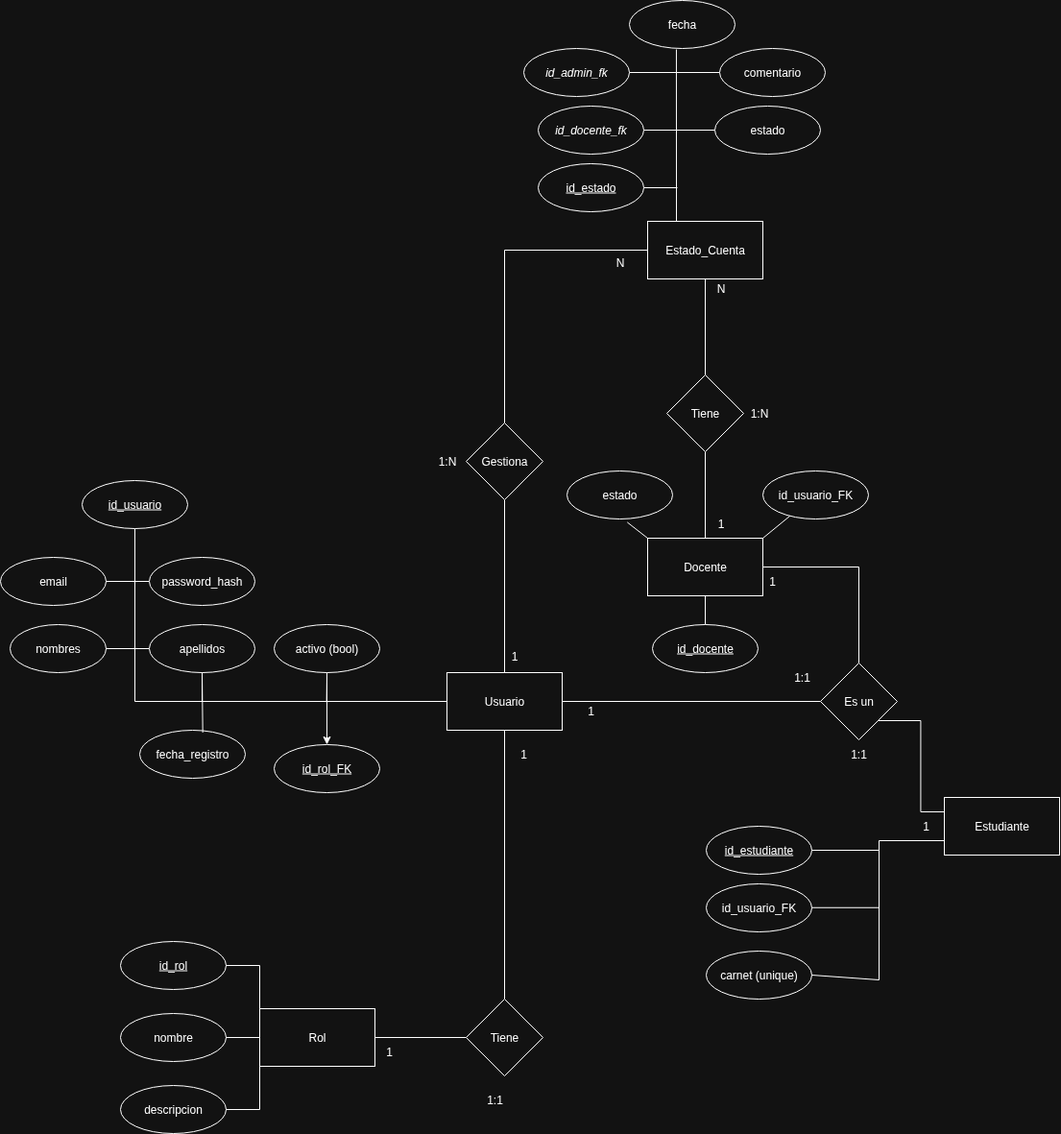
piti-codenbugs/sgea-db keeps this draw.io diagram as diagramas/conceptual/exports/v2_s1_modelo_conceptual.drawio.png. Above is the earlier version. Source tidied: cells renumbered, new cells last; positions are measured from the earlier drawing's top-left corner, leaving out a move shared by most shapes. Its diagram source:
```xml
<mxGraphModel>
  <root>
    <mxCell id="0" />
    <mxCell id="1" parent="0" />
    <mxCell id="2" style="edgeStyle=orthogonalEdgeStyle;rounded=0;jettySize=auto;html=1;exitX=0;exitY=0.75;exitDx=0;exitDy=0;endArrow=none;endFill=0;" parent="1" edge="1" source="3">
      <mxGeometry relative="1" as="geometry">
        <mxPoint x="915" y="1020" as="targetPoint" />
        <Array as="points">
          <mxPoint x="915" y="875" />
        </Array>
      </mxGeometry>
    </mxCell>
    <mxCell id="3" value="Estudiante" style="rounded=0;whiteSpace=wrap;html=1;" parent="1" vertex="1">
      <mxGeometry x="983" y="830" width="120" height="60" as="geometry" />
    </mxCell>
    <mxCell id="4" style="rounded=0;jettySize=auto;html=1;exitX=0.5;exitY=1;exitDx=0;exitDy=0;entryX=0.5;entryY=0;entryDx=0;entryDy=0;endArrow=none;endFill=0;" parent="1" edge="1" source="6" target="30">
      <mxGeometry relative="1" as="geometry" />
    </mxCell>
    <mxCell id="5" style="edgeStyle=orthogonalEdgeStyle;rounded=0;jettySize=auto;html=1;exitX=0.5;exitY=0;exitDx=0;exitDy=0;entryX=0.5;entryY=1;entryDx=0;entryDy=0;endArrow=none;endFill=0;" parent="1" edge="1" source="6" target="56">
      <mxGeometry relative="1" as="geometry" />
    </mxCell>
    <mxCell id="6" value="Docente" style="rounded=0;whiteSpace=wrap;html=1;" parent="1" vertex="1">
      <mxGeometry x="674" y="560" width="120" height="60" as="geometry" />
    </mxCell>
    <mxCell id="7" style="edgeStyle=orthogonalEdgeStyle;rounded=0;jettySize=auto;html=1;exitX=1;exitY=0.5;exitDx=0;exitDy=0;entryX=0;entryY=0.5;entryDx=0;entryDy=0;endArrow=none;endFill=0;" parent="1" edge="1" source="11" target="14">
      <mxGeometry relative="1" as="geometry" />
    </mxCell>
    <mxCell id="8" style="rounded=0;jettySize=auto;html=1;exitX=0;exitY=0.5;exitDx=0;exitDy=0;endArrow=none;endFill=0;edgeStyle=orthogonalEdgeStyle;" parent="1" edge="1" source="11" target="19">
      <mxGeometry relative="1" as="geometry" />
    </mxCell>
    <mxCell id="9" style="edgeStyle=orthogonalEdgeStyle;rounded=0;jettySize=auto;html=1;exitX=0.5;exitY=1;exitDx=0;exitDy=0;entryX=0.5;entryY=0;entryDx=0;entryDy=0;endArrow=none;endFill=0;" parent="1" edge="1" source="11" target="39">
      <mxGeometry relative="1" as="geometry" />
    </mxCell>
    <mxCell id="10" style="edgeStyle=none;rounded=0;jettySize=auto;html=1;exitX=0.5;exitY=0;exitDx=0;exitDy=0;entryX=0.5;entryY=1;entryDx=0;entryDy=0;endArrow=none;endFill=0;" parent="1" edge="1" source="11" target="66">
      <mxGeometry relative="1" as="geometry" />
    </mxCell>
    <mxCell id="11" value="Usuario" style="rounded=0;whiteSpace=wrap;html=1;" parent="1" vertex="1">
      <mxGeometry x="465" y="700" width="120" height="60" as="geometry" />
    </mxCell>
    <mxCell id="12" style="edgeStyle=orthogonalEdgeStyle;rounded=0;jettySize=auto;html=1;exitX=1;exitY=1;exitDx=0;exitDy=0;entryX=0;entryY=0.25;entryDx=0;entryDy=0;endArrow=none;endFill=0;" parent="1" edge="1" source="14" target="3">
      <mxGeometry relative="1" as="geometry" />
    </mxCell>
    <mxCell id="13" style="edgeStyle=orthogonalEdgeStyle;rounded=0;jettySize=auto;html=1;exitX=0.5;exitY=0;exitDx=0;exitDy=0;entryX=1;entryY=0.5;entryDx=0;entryDy=0;endArrow=none;endFill=0;" parent="1" edge="1" source="14" target="6">
      <mxGeometry relative="1" as="geometry" />
    </mxCell>
    <mxCell id="14" value="Es un" style="rhombus;whiteSpace=wrap;html=1;" parent="1" vertex="1">
      <mxGeometry x="854" y="690" width="80" height="80" as="geometry" />
    </mxCell>
    <mxCell id="15" value="nombres" style="ellipse;whiteSpace=wrap;html=1;" parent="1" vertex="1">
      <mxGeometry x="10" y="650" width="100" height="50" as="geometry" />
    </mxCell>
    <mxCell id="16" style="edgeStyle=orthogonalEdgeStyle;rounded=0;jettySize=auto;html=1;endArrow=none;endFill=0;" parent="1" edge="1" source="18" target="15">
      <mxGeometry relative="1" as="geometry" />
    </mxCell>
    <mxCell id="17" style="edgeStyle=orthogonalEdgeStyle;rounded=0;jettySize=auto;html=1;exitX=0.5;exitY=1;exitDx=0;exitDy=0;endArrow=none;endFill=0;" parent="1" edge="1" source="18">
      <mxGeometry relative="1" as="geometry">
        <mxPoint x="145" y="730" as="targetPoint" />
        <Array as="points">
          <mxPoint x="210" y="730" />
        </Array>
      </mxGeometry>
    </mxCell>
    <mxCell id="18" value="apellidos" style="ellipse;whiteSpace=wrap;html=1;" parent="1" vertex="1">
      <mxGeometry x="155" y="650" width="110" height="50" as="geometry" />
    </mxCell>
    <mxCell id="19" value="&lt;u&gt;id_usuario&lt;/u&gt;" style="ellipse;whiteSpace=wrap;html=1;" parent="1" vertex="1">
      <mxGeometry x="85" y="500" width="110" height="50" as="geometry" />
    </mxCell>
    <mxCell id="20" value="email" style="ellipse;whiteSpace=wrap;html=1;" parent="1" vertex="1">
      <mxGeometry y="580" width="110" height="50" as="geometry" />
    </mxCell>
    <mxCell id="21" style="edgeStyle=orthogonalEdgeStyle;rounded=0;jettySize=auto;html=1;exitX=0;exitY=0.5;exitDx=0;exitDy=0;endArrow=none;endFill=0;" parent="1" edge="1" source="22" target="20">
      <mxGeometry relative="1" as="geometry" />
    </mxCell>
    <mxCell id="22" value="password_hash" style="ellipse;whiteSpace=wrap;html=1;" parent="1" vertex="1">
      <mxGeometry x="155" y="580" width="110" height="50" as="geometry" />
    </mxCell>
    <mxCell id="23" value="fecha_registro" style="ellipse;whiteSpace=wrap;html=1;" parent="1" vertex="1">
      <mxGeometry x="145" y="760" width="110" height="50" as="geometry" />
    </mxCell>
    <mxCell id="24" value="&lt;u&gt;id_estudiante&lt;/u&gt;" style="ellipse;whiteSpace=wrap;html=1;" parent="1" vertex="1">
      <mxGeometry x="735" y="860" width="110" height="50" as="geometry" />
    </mxCell>
    <mxCell id="25" value="carnet (unique)" style="ellipse;whiteSpace=wrap;html=1;" parent="1" vertex="1">
      <mxGeometry x="735" y="990" width="110" height="50" as="geometry" />
    </mxCell>
    <mxCell id="26" value="id_usuario_FK" style="ellipse;whiteSpace=wrap;html=1;" parent="1" vertex="1">
      <mxGeometry x="735" y="920" width="110" height="50" as="geometry" />
    </mxCell>
    <mxCell id="27" style="endArrow=none;html=1;rounded=0;exitX=1;exitY=0.5;exitDx=0;exitDy=0;endFill=0;" parent="1" edge="1" source="24">
      <mxGeometry relative="1" as="geometry">
        <mxPoint x="915" y="885" as="targetPoint" />
      </mxGeometry>
    </mxCell>
    <mxCell id="28" style="endArrow=none;html=1;rounded=0;exitX=1;exitY=0.5;exitDx=0;exitDy=0;endFill=0;" parent="1" edge="1">
      <mxGeometry relative="1" as="geometry">
        <mxPoint x="845" y="944.8" as="sourcePoint" />
        <mxPoint x="915" y="944.8" as="targetPoint" />
      </mxGeometry>
    </mxCell>
    <mxCell id="29" style="endArrow=none;html=1;rounded=0;exitX=1;exitY=0.5;exitDx=0;exitDy=0;endFill=0;" parent="1" edge="1" source="25">
      <mxGeometry relative="1" as="geometry">
        <mxPoint x="915" y="1020" as="targetPoint" />
      </mxGeometry>
    </mxCell>
    <mxCell id="30" value="&lt;u&gt;id_docente&lt;/u&gt;" style="ellipse;whiteSpace=wrap;html=1;" parent="1" vertex="1">
      <mxGeometry x="679" y="650" width="110" height="50" as="geometry" />
    </mxCell>
    <mxCell id="31" value="id_usuario_FK" style="ellipse;whiteSpace=wrap;html=1;" parent="1" vertex="1">
      <mxGeometry x="794" y="490" width="110" height="50" as="geometry" />
    </mxCell>
    <mxCell id="32" style="rounded=0;jettySize=auto;html=1;endArrow=none;endFill=0;entryX=1;entryY=0;entryDx=0;entryDy=0;" parent="1" edge="1" source="31" target="6">
      <mxGeometry relative="1" as="geometry" />
    </mxCell>
    <mxCell id="33" value="Rol" style="rounded=0;whiteSpace=wrap;html=1;" parent="1" vertex="1">
      <mxGeometry x="270" y="1050" width="120" height="60" as="geometry" />
    </mxCell>
    <mxCell id="34" value="&lt;u&gt;id_rol&lt;/u&gt;" style="ellipse;whiteSpace=wrap;html=1;" parent="1" vertex="1">
      <mxGeometry x="125" y="980" width="110" height="50" as="geometry" />
    </mxCell>
    <mxCell id="35" value="nombre" style="ellipse;whiteSpace=wrap;html=1;" parent="1" vertex="1">
      <mxGeometry x="125" y="1055" width="110" height="50" as="geometry" />
    </mxCell>
    <mxCell id="36" value="descripcion" style="ellipse;whiteSpace=wrap;html=1;" parent="1" vertex="1">
      <mxGeometry x="125" y="1130" width="110" height="50" as="geometry" />
    </mxCell>
    <mxCell id="37" style="edgeStyle=orthogonalEdgeStyle;rounded=0;jettySize=auto;html=1;exitX=0;exitY=1;exitDx=0;exitDy=0;entryX=1;entryY=0.5;entryDx=0;entryDy=0;endArrow=none;endFill=0;" parent="1" edge="1" source="33" target="36">
      <mxGeometry relative="1" as="geometry" />
    </mxCell>
    <mxCell id="38" style="edgeStyle=orthogonalEdgeStyle;rounded=0;jettySize=auto;html=1;endArrow=none;endFill=0;" parent="1" edge="1" source="33" target="35">
      <mxGeometry relative="1" as="geometry" />
    </mxCell>
    <mxCell id="39" value="Tiene" style="rhombus;whiteSpace=wrap;html=1;" parent="1" vertex="1">
      <mxGeometry x="485" y="1040" width="80" height="80" as="geometry" />
    </mxCell>
    <mxCell id="40" style="edgeStyle=orthogonalEdgeStyle;rounded=0;jettySize=auto;html=1;exitX=0;exitY=0;exitDx=0;exitDy=0;entryX=1;entryY=0.5;entryDx=0;entryDy=0;endArrow=none;endFill=0;" parent="1" edge="1" source="33" target="34">
      <mxGeometry relative="1" as="geometry" />
    </mxCell>
    <mxCell id="41" style="edgeStyle=orthogonalEdgeStyle;rounded=0;jettySize=auto;html=1;exitX=0;exitY=0.5;exitDx=0;exitDy=0;entryX=1;entryY=0.5;entryDx=0;entryDy=0;endArrow=none;endFill=0;" parent="1" edge="1" source="39" target="33">
      <mxGeometry relative="1" as="geometry" />
    </mxCell>
    <mxCell id="42" value="1" style="text;html=1;whiteSpace=wrap;strokeColor=none;fillColor=none;align=center;verticalAlign=middle;rounded=0;" parent="1" vertex="1">
      <mxGeometry x="375" y="1080" width="60" height="30" as="geometry" />
    </mxCell>
    <mxCell id="43" value="1:1" style="text;html=1;whiteSpace=wrap;strokeColor=none;fillColor=none;align=center;verticalAlign=middle;rounded=0;" parent="1" vertex="1">
      <mxGeometry x="485" y="1130" width="60" height="30" as="geometry" />
    </mxCell>
    <mxCell id="44" value="1" style="text;html=1;whiteSpace=wrap;strokeColor=none;fillColor=none;align=center;verticalAlign=middle;rounded=0;" parent="1" vertex="1">
      <mxGeometry x="515" y="770" width="60" height="30" as="geometry" />
    </mxCell>
    <mxCell id="45" value="1" style="text;html=1;whiteSpace=wrap;strokeColor=none;fillColor=none;align=center;verticalAlign=middle;rounded=0;" parent="1" vertex="1">
      <mxGeometry x="585" y="725" width="60" height="30" as="geometry" />
    </mxCell>
    <mxCell id="46" value="1" style="text;html=1;whiteSpace=wrap;strokeColor=none;fillColor=none;align=center;verticalAlign=middle;rounded=0;" parent="1" vertex="1">
      <mxGeometry x="774" y="590" width="60" height="30" as="geometry" />
    </mxCell>
    <mxCell id="47" value="1" style="text;html=1;whiteSpace=wrap;strokeColor=none;fillColor=none;align=center;verticalAlign=middle;rounded=0;" parent="1" vertex="1">
      <mxGeometry x="934" y="845" width="60" height="30" as="geometry" />
    </mxCell>
    <mxCell id="48" value="1:1" style="text;html=1;whiteSpace=wrap;strokeColor=none;fillColor=none;align=center;verticalAlign=middle;rounded=0;" parent="1" vertex="1">
      <mxGeometry x="864" y="770" width="60" height="30" as="geometry" />
    </mxCell>
    <mxCell id="49" value="1:1" style="text;html=1;whiteSpace=wrap;strokeColor=none;fillColor=none;align=center;verticalAlign=middle;rounded=0;" parent="1" vertex="1">
      <mxGeometry x="805" y="690" width="60" height="30" as="geometry" />
    </mxCell>
    <mxCell id="50" style="edgeStyle=orthogonalEdgeStyle;rounded=0;jettySize=auto;html=1;exitX=0.5;exitY=1;exitDx=0;exitDy=0;endArrow=none;endFill=0;" parent="1" edge="1" source="52">
      <mxGeometry relative="1" as="geometry">
        <mxPoint x="339.7" y="730" as="targetPoint" />
      </mxGeometry>
    </mxCell>
    <mxCell id="51" style="edgeStyle=orthogonalEdgeStyle;rounded=0;jettySize=auto;html=1;exitX=0.5;exitY=1;exitDx=0;exitDy=0;entryX=0.5;entryY=0;entryDx=0;entryDy=0;" parent="1" edge="1" source="52" target="54">
      <mxGeometry relative="1" as="geometry" />
    </mxCell>
    <mxCell id="52" value="activo (bool)" style="ellipse;whiteSpace=wrap;html=1;" parent="1" vertex="1">
      <mxGeometry x="285" y="650" width="110" height="50" as="geometry" />
    </mxCell>
    <mxCell id="53" style="endArrow=none;html=1;rounded=0;entryX=0.5;entryY=1;entryDx=0;entryDy=0;exitX=0.597;exitY=0.049;exitDx=0;exitDy=0;exitPerimeter=0;endFill=0;" parent="1" edge="1" source="23" target="18">
      <mxGeometry relative="1" as="geometry" />
    </mxCell>
    <mxCell id="54" value="&lt;u&gt;id_rol_FK&lt;/u&gt;" style="ellipse;whiteSpace=wrap;html=1;" parent="1" vertex="1">
      <mxGeometry x="285" y="775" width="110" height="50" as="geometry" />
    </mxCell>
    <mxCell id="55" style="edgeStyle=orthogonalEdgeStyle;rounded=0;jettySize=auto;html=1;exitX=0.5;exitY=0;exitDx=0;exitDy=0;entryX=0.5;entryY=1;entryDx=0;entryDy=0;endArrow=none;endFill=0;" parent="1" edge="1" source="56" target="57">
      <mxGeometry relative="1" as="geometry" />
    </mxCell>
    <mxCell id="56" value="Tiene" style="rhombus;whiteSpace=wrap;html=1;" parent="1" vertex="1">
      <mxGeometry x="694" y="390" width="80" height="80" as="geometry" />
    </mxCell>
    <mxCell id="57" value="Estado_Cuenta" style="rounded=0;whiteSpace=wrap;html=1;" parent="1" vertex="1">
      <mxGeometry x="674" y="230" width="120" height="60" as="geometry" />
    </mxCell>
    <mxCell id="58" style="edgeStyle=none;rounded=0;jettySize=auto;html=1;endArrow=none;endFill=0;" parent="1" edge="1" source="59" target="63">
      <mxGeometry relative="1" as="geometry" />
    </mxCell>
    <mxCell id="59" value="&lt;i style=&quot;&quot;&gt;id_docente_fk&lt;/i&gt;" style="ellipse;whiteSpace=wrap;html=1;" parent="1" vertex="1">
      <mxGeometry x="560" y="110" width="110" height="50" as="geometry" />
    </mxCell>
    <mxCell id="60" value="fecha" style="ellipse;whiteSpace=wrap;html=1;" parent="1" vertex="1">
      <mxGeometry x="655" width="110" height="50" as="geometry" />
    </mxCell>
    <mxCell id="61" style="edgeStyle=none;rounded=0;jettySize=auto;html=1;endArrow=none;endFill=0;" parent="1" edge="1" source="62" target="64">
      <mxGeometry relative="1" as="geometry" />
    </mxCell>
    <mxCell id="62" value="&lt;i&gt;id_admin_fk&lt;/i&gt;" style="ellipse;whiteSpace=wrap;html=1;" parent="1" vertex="1">
      <mxGeometry x="545" y="50" width="110" height="50" as="geometry" />
    </mxCell>
    <mxCell id="63" value="estado" style="ellipse;whiteSpace=wrap;html=1;" parent="1" vertex="1">
      <mxGeometry x="744" y="110" width="110" height="50" as="geometry" />
    </mxCell>
    <mxCell id="64" value="comentario" style="ellipse;whiteSpace=wrap;html=1;" parent="1" vertex="1">
      <mxGeometry x="749" y="50" width="110" height="50" as="geometry" />
    </mxCell>
    <mxCell id="65" style="edgeStyle=orthogonalEdgeStyle;rounded=0;jettySize=auto;html=1;exitX=0.5;exitY=0;exitDx=0;exitDy=0;entryX=0;entryY=0.5;entryDx=0;entryDy=0;endArrow=none;endFill=0;" parent="1" edge="1" source="66" target="57">
      <mxGeometry relative="1" as="geometry" />
    </mxCell>
    <mxCell id="66" value="Gestiona" style="rhombus;whiteSpace=wrap;html=1;" parent="1" vertex="1">
      <mxGeometry x="485" y="440" width="80" height="80" as="geometry" />
    </mxCell>
    <mxCell id="67" value="1" style="text;html=1;align=center;verticalAlign=middle;strokeColor=none;fillColor=none;" parent="1" vertex="1">
      <mxGeometry x="735" y="530" width="30" height="30" as="geometry" />
    </mxCell>
    <mxCell id="68" value="1:N" style="text;html=1;align=center;verticalAlign=middle;strokeColor=none;fillColor=none;" parent="1" vertex="1">
      <mxGeometry x="770" y="415" width="40" height="30" as="geometry" />
    </mxCell>
    <mxCell id="69" value="N" style="text;html=1;align=center;verticalAlign=middle;strokeColor=none;fillColor=none;" parent="1" vertex="1">
      <mxGeometry x="735" y="285" width="30" height="30" as="geometry" />
    </mxCell>
    <mxCell id="70" value="1" style="text;html=1;align=center;verticalAlign=middle;strokeColor=none;fillColor=none;" parent="1" vertex="1">
      <mxGeometry x="520" y="668" width="30" height="30" as="geometry" />
    </mxCell>
    <mxCell id="71" value="1:N" style="text;html=1;align=center;verticalAlign=middle;strokeColor=none;fillColor=none;" parent="1" vertex="1">
      <mxGeometry x="445" y="465" width="40" height="30" as="geometry" />
    </mxCell>
    <mxCell id="72" value="N" style="text;html=1;align=center;verticalAlign=middle;strokeColor=none;fillColor=none;" parent="1" vertex="1">
      <mxGeometry x="630" y="258" width="30" height="30" as="geometry" />
    </mxCell>
    <mxCell id="73" style="edgeStyle=none;rounded=0;jettySize=auto;html=1;exitX=0.25;exitY=0;exitDx=0;exitDy=0;entryX=0.445;entryY=1.02;entryDx=0;entryDy=0;entryPerimeter=0;endArrow=none;endFill=0;" parent="1" edge="1" source="57" target="60">
      <mxGeometry relative="1" as="geometry" />
    </mxCell>
    <mxCell id="74" value="estado" style="ellipse;whiteSpace=wrap;html=1;" parent="1" vertex="1">
      <mxGeometry x="590" y="490" width="110" height="50" as="geometry" />
    </mxCell>
    <mxCell id="75" style="edgeStyle=none;rounded=0;jettySize=auto;html=1;exitX=0;exitY=0;exitDx=0;exitDy=0;entryX=0.571;entryY=1.069;entryDx=0;entryDy=0;entryPerimeter=0;endArrow=none;endFill=0;" parent="1" edge="1" source="6" target="74">
      <mxGeometry relative="1" as="geometry" />
    </mxCell>
    <mxCell id="76" style="edgeStyle=none;rounded=0;jettySize=auto;html=1;exitX=1;exitY=0.5;exitDx=0;exitDy=0;endArrow=none;endFill=0;" parent="1" edge="1" source="77">
      <mxGeometry relative="1" as="geometry">
        <mxPoint x="705" y="195" as="targetPoint" />
      </mxGeometry>
    </mxCell>
    <mxCell id="77" value="&lt;u&gt;id_estado&lt;/u&gt;" style="ellipse;whiteSpace=wrap;html=1;" parent="1" vertex="1">
      <mxGeometry x="560" y="170" width="110" height="50" as="geometry" />
    </mxCell>
  </root>
</mxGraphModel>
```
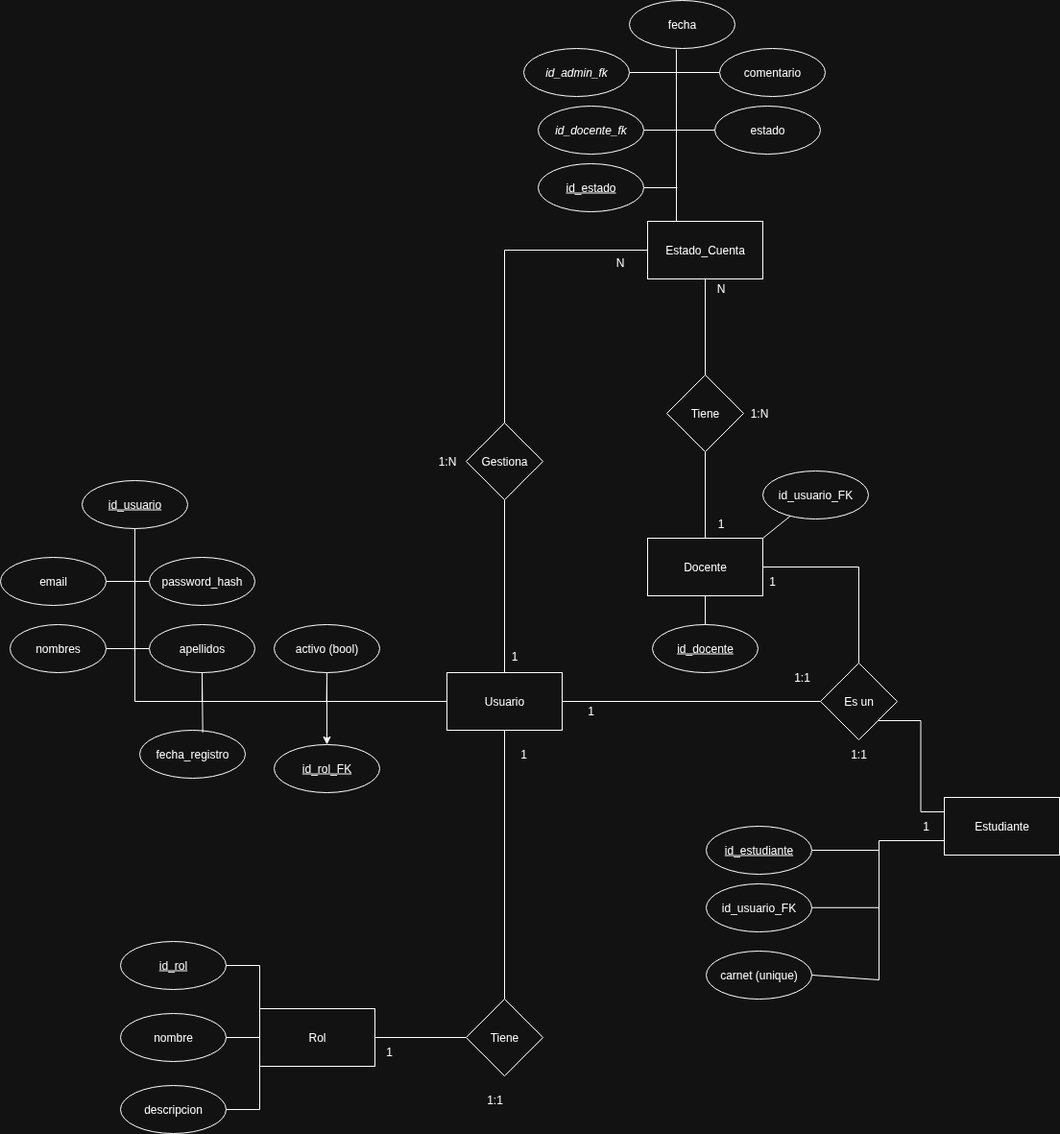
The same diagram one commit later.

Commit message:
se agregaron los triggers necesarios para el estado de cuenta del usuario tanto cuando se registra un docente como cuando se aprueba el mismo

What changed in the source:
```diff
@@ -237,12 +237,6 @@
     <mxCell id="73" style="edgeStyle=none;rounded=0;jettySize=auto;html=1;exitX=0.25;exitY=0;exitDx=0;exitDy=0;entryX=0.445;entryY=1.02;entryDx=0;entryDy=0;entryPerimeter=0;endArrow=none;endFill=0;" parent="1" edge="1" source="57" target="60">
       <mxGeometry relative="1" as="geometry" />
     </mxCell>
-    <mxCell id="74" value="estado" style="ellipse;whiteSpace=wrap;html=1;" parent="1" vertex="1">
-      <mxGeometry x="590" y="490" width="110" height="50" as="geometry" />
-    </mxCell>
-    <mxCell id="75" style="edgeStyle=none;rounded=0;jettySize=auto;html=1;exitX=0;exitY=0;exitDx=0;exitDy=0;entryX=0.571;entryY=1.069;entryDx=0;entryDy=0;entryPerimeter=0;endArrow=none;endFill=0;" parent="1" edge="1" source="6" target="74">
-      <mxGeometry relative="1" as="geometry" />
-    </mxCell>
     <mxCell id="76" style="edgeStyle=none;rounded=0;jettySize=auto;html=1;exitX=1;exitY=0.5;exitDx=0;exitDy=0;endArrow=none;endFill=0;" parent="1" edge="1" source="77">
       <mxGeometry relative="1" as="geometry">
         <mxPoint x="705" y="195" as="targetPoint" />
```
